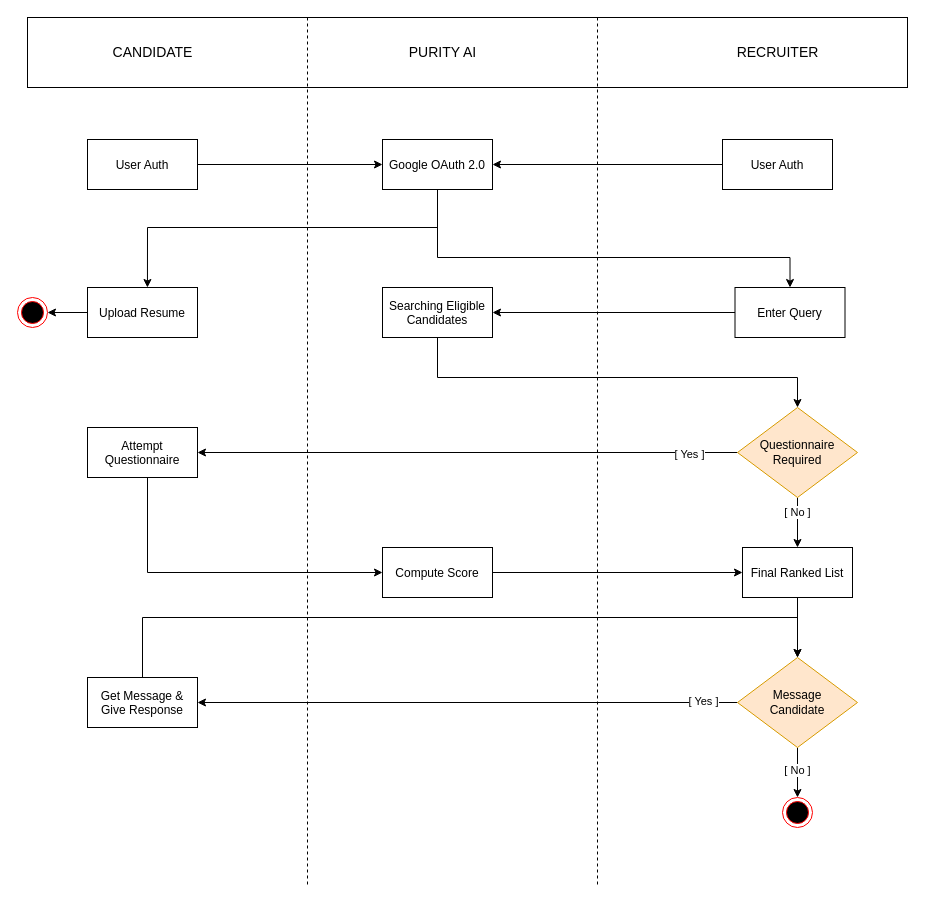
Before: diagrams/Swim Lane Diagram.drawio in ParthKapoor-dev/Purity.AI, a draw.io diagram. Source tidied: cells renumbered, new cells numbered last; positions are measured from the earlier drawing's top-left corner, leaving out a move shared by most shapes. Both pictures are drawn from the tidied source at 100%, with x=0, y=0 at pixel (17, 17).
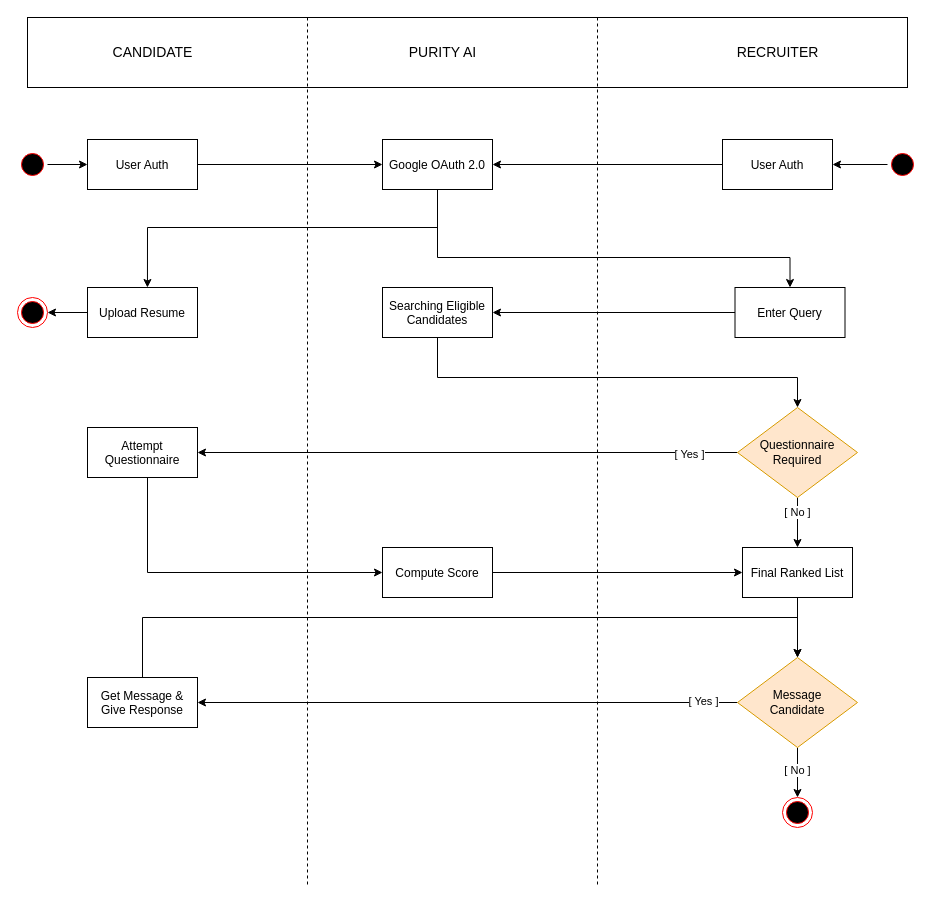
The same diagram, later.

Unchanged cells that the change refers to:
```xml
<mxCell id="7" value="User Auth" parent="1" vertex="1">
  <mxGeometry x="70" y="122" width="110" height="50" as="geometry" />
</mxCell>
<mxCell id="12" value="User Auth" parent="1" vertex="1">
  <mxGeometry x="705" y="122" width="110" height="50" as="geometry" />
</mxCell>
```

What changed in the source:
```diff
@@
+    <mxCell id="42" style="edgeStyle=orthogonalEdgeStyle;rounded=0;jettySize=auto;html=1;entryX=0;entryY=0.5;entryDx=0;entryDy=0;" parent="1" edge="1" source="43" target="7">
+      <mxGeometry relative="1" as="geometry" />
+    </mxCell>
+    <mxCell id="43" style="ellipse;html=1;shape=startState;fillColor=#000000;strokeColor=#ff0000;" parent="1" vertex="1">
+      <mxGeometry y="132" width="30" height="30" as="geometry" />
+    </mxCell>
+    <mxCell id="44" style="edgeStyle=orthogonalEdgeStyle;rounded=0;jettySize=auto;html=1;entryX=1;entryY=0.5;entryDx=0;entryDy=0;" parent="1" edge="1" source="45" target="12">
+      <mxGeometry relative="1" as="geometry" />
+    </mxCell>
+    <mxCell id="45" style="ellipse;html=1;shape=startState;fillColor=#000000;strokeColor=#ff0000;" parent="1" vertex="1">
+      <mxGeometry x="870" y="132" width="30" height="30" as="geometry" />
+    </mxCell>
```
